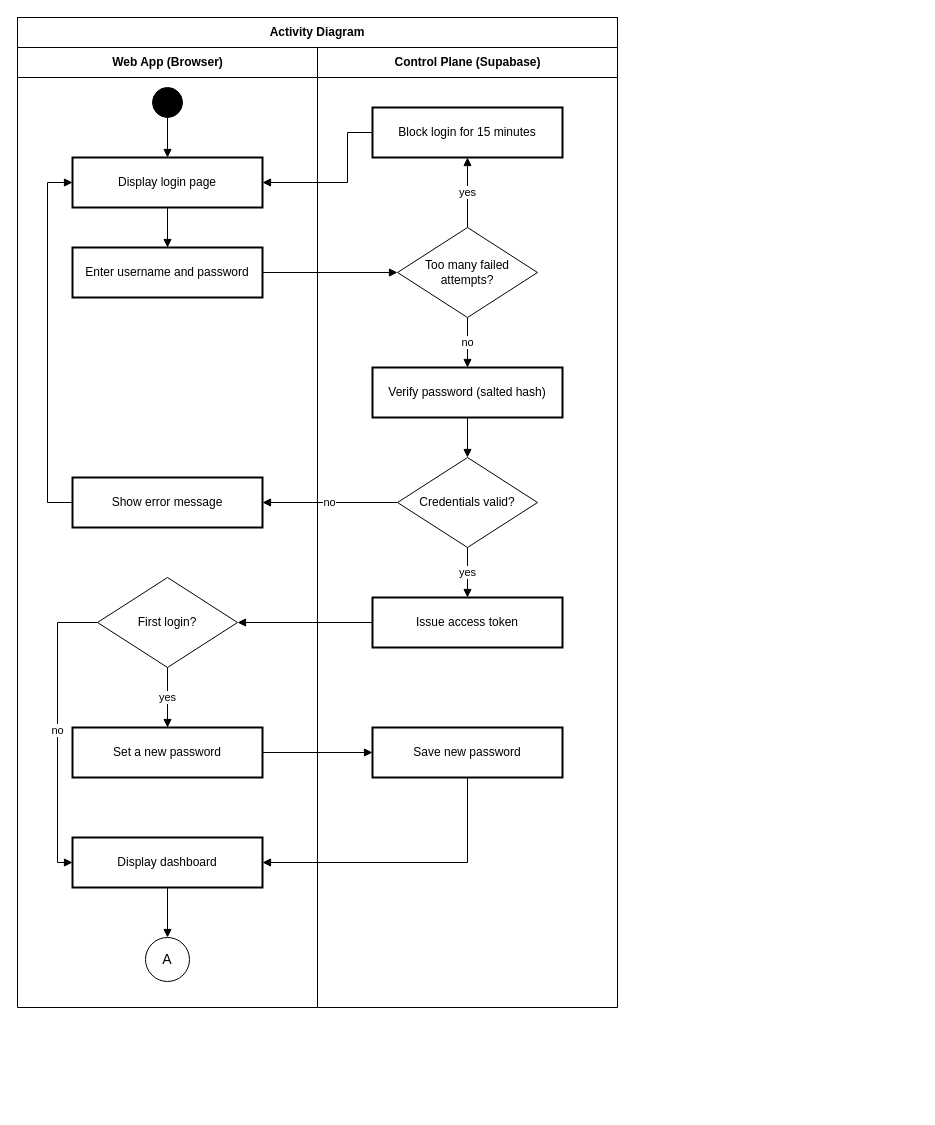
This is page "3.5 User Authentication" (1 of 6) of docs/thesis/agentmeter-activity-diagrams.drawio from ismazahin/AgentMeter, a draw.io file, before an edit. Source tidied: cells renumbered, new cells numbered last; positions are measured from the earlier drawing's top-left corner, leaving out a move shared by most shapes. Both pictures are drawn from the tidied source at 100%, with x=0, y=0 at pixel (17, 17).
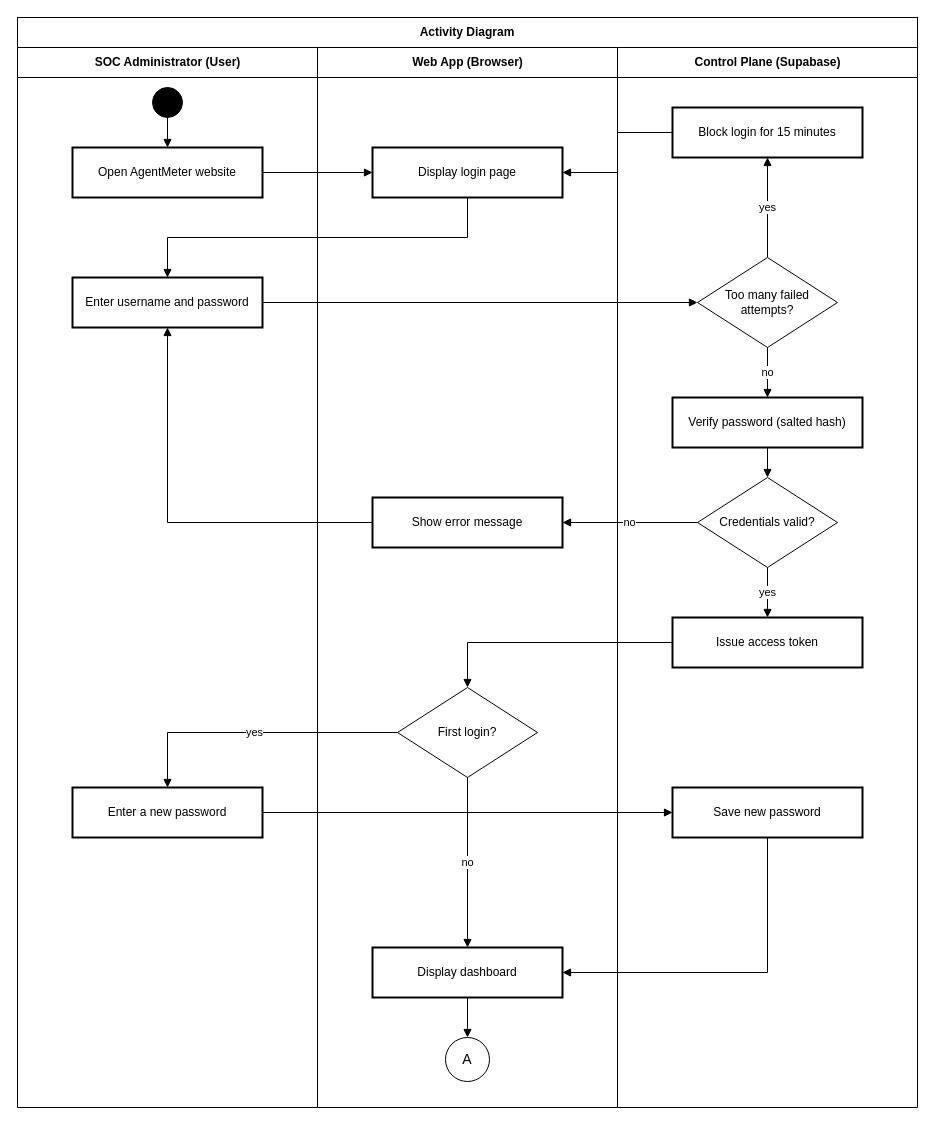
Above is the later version.

Commit message (it also covers changes not shown here):
Thesis: Figure 3.5 with a user swimlane

Claude-Session: https://claude.ai/code/session_01THqB2neCikVAawL45RNVrt

The change refers to these unchanged cells:
```xml
<mxCell id="5" style="ellipse;shape=ellipse;html=1;fillColor=#000000;strokeColor=#000000;" parent="1" vertex="1">
  <mxGeometry x="135" y="70" width="30" height="30" as="geometry" />
</mxCell>
```

Change to the diagram source:
```diff
@@
     <mxCell id="2" value="Activity Diagram" style="rounded=0;whiteSpace=wrap;html=1;fontStyle=1;fillColor=#ffffff;strokeColor=#000000;fontColor=#000000;" parent="1" vertex="1">
-      <mxGeometry width="600" height="30" as="geometry" />
+      <mxGeometry width="900" height="30" as="geometry" />
     </mxCell>
-    <mxCell id="3" value="Web App (Browser)" style="swimlane;shape=swimlane;html=1;startSize=30;fontStyle=1;fillColor=#ffffff;swimlaneFillColor=#ffffff;strokeColor=#000000;fontColor=#000000;" parent="1" vertex="1">
-      <mxGeometry y="30" width="300" height="960" as="geometry" />
+    <mxCell id="3" value="SOC Administrator (User)" style="swimlane;shape=swimlane;html=1;startSize=30;fontStyle=1;fillColor=#ffffff;swimlaneFillColor=#ffffff;strokeColor=#000000;fontColor=#000000;" parent="1" vertex="1">
+      <mxGeometry y="30" width="300" height="1060" as="geometry" />
     </mxCell>
-    <mxCell id="4" value="Control Plane (Supabase)" style="swimlane;shape=swimlane;html=1;startSize=30;fontStyle=1;fillColor=#ffffff;swimlaneFillColor=#ffffff;strokeColor=#000000;fontColor=#000000;" parent="1" vertex="1">
-      <mxGeometry x="300" y="30" width="300" height="960" as="geometry" />
+    <mxCell id="4" value="Web App (Browser)" style="swimlane;shape=swimlane;html=1;startSize=30;fontStyle=1;fillColor=#ffffff;swimlaneFillColor=#ffffff;strokeColor=#000000;fontColor=#000000;" parent="1" vertex="1">
+      <mxGeometry x="300" y="30" width="300" height="1060" as="geometry" />
     </mxCell>
+    <mxCell id="35" value="Control Plane (Supabase)" style="swimlane;shape=swimlane;html=1;startSize=30;fontStyle=1;fillColor=#ffffff;swimlaneFillColor=#ffffff;strokeColor=#000000;fontColor=#000000;" parent="1" vertex="1">
+      <mxGeometry x="600" y="30" width="300" height="1060" as="geometry" />
+    </mxCell>
@@
-    <mxCell id="6" value="Display login page" style="rounded=0;whiteSpace=wrap;html=1;strokeWidth=2;fillColor=#ffffff;strokeColor=#000000;fontColor=#000000;" parent="1" vertex="1">
-      <mxGeometry x="55" y="140" width="190" height="50" as="geometry" />
+    <mxCell id="6" value="Open AgentMeter website" style="rounded=0;whiteSpace=wrap;html=1;strokeWidth=2;fillColor=#ffffff;strokeColor=#000000;fontColor=#000000;" parent="1" vertex="1">
+      <mxGeometry x="55" y="130" width="190" height="50" as="geometry" />
     </mxCell>
-    <mxCell id="7" value="Enter username and password" style="rounded=0;whiteSpace=wrap;html=1;strokeWidth=2;fillColor=#ffffff;strokeColor=#000000;fontColor=#000000;" parent="1" vertex="1">
-      <mxGeometry x="55" y="230" width="190" height="50" as="geometry" />
+    <mxCell id="7" value="Display login page" style="rounded=0;whiteSpace=wrap;html=1;strokeWidth=2;fillColor=#ffffff;strokeColor=#000000;fontColor=#000000;" parent="1" vertex="1">
+      <mxGeometry x="355" y="130" width="190" height="50" as="geometry" />
     </mxCell>
-    <mxCell id="8" value="Too many failed attempts?" style="rhombus;shape=rhombus;whiteSpace=wrap;html=1;fillColor=#ffffff;strokeColor=#000000;fontColor=#000000;" parent="1" vertex="1">
-      <mxGeometry x="380" y="210" width="140" height="90" as="geometry" />
+    <mxCell id="8" value="Enter username and password" style="rounded=0;whiteSpace=wrap;html=1;strokeWidth=2;fillColor=#ffffff;strokeColor=#000000;fontColor=#000000;" parent="1" vertex="1">
+      <mxGeometry x="55" y="260" width="190" height="50" as="geometry" />
     </mxCell>
-    <mxCell id="9" value="Block login for 15 minutes" style="rounded=0;whiteSpace=wrap;html=1;strokeWidth=2;fillColor=#ffffff;strokeColor=#000000;fontColor=#000000;" parent="1" vertex="1">
-      <mxGeometry x="355" y="90" width="190" height="50" as="geometry" />
+    <mxCell id="9" value="Too many failed attempts?" style="rhombus;shape=rhombus;whiteSpace=wrap;html=1;fillColor=#ffffff;strokeColor=#000000;fontColor=#000000;" parent="1" vertex="1">
+      <mxGeometry x="680" y="240" width="140" height="90" as="geometry" />
     </mxCell>
-    <mxCell id="10" value="Verify password (salted hash)" style="rounded=0;whiteSpace=wrap;html=1;strokeWidth=2;fillColor=#ffffff;strokeColor=#000000;fontColor=#000000;" parent="1" vertex="1">
-      <mxGeometry x="355" y="350" width="190" height="50" as="geometry" />
+    <mxCell id="10" value="Block login for 15 minutes" style="rounded=0;whiteSpace=wrap;html=1;strokeWidth=2;fillColor=#ffffff;strokeColor=#000000;fontColor=#000000;" parent="1" vertex="1">
+      <mxGeometry x="655" y="90" width="190" height="50" as="geometry" />
     </mxCell>
-    <mxCell id="11" value="Credentials valid?" style="rhombus;shape=rhombus;whiteSpace=wrap;html=1;fillColor=#ffffff;strokeColor=#000000;fontColor=#000000;" parent="1" vertex="1">
-      <mxGeometry x="380" y="440" width="140" height="90" as="geometry" />
+    <mxCell id="11" value="Verify password (salted hash)" style="rounded=0;whiteSpace=wrap;html=1;strokeWidth=2;fillColor=#ffffff;strokeColor=#000000;fontColor=#000000;" parent="1" vertex="1">
+      <mxGeometry x="655" y="380" width="190" height="50" as="geometry" />
     </mxCell>
-    <mxCell id="12" value="Show error message" style="rounded=0;whiteSpace=wrap;html=1;strokeWidth=2;fillColor=#ffffff;strokeColor=#000000;fontColor=#000000;" parent="1" vertex="1">
-      <mxGeometry x="55" y="460" width="190" height="50" as="geometry" />
+    <mxCell id="12" value="Credentials valid?" style="rhombus;shape=rhombus;whiteSpace=wrap;html=1;fillColor=#ffffff;strokeColor=#000000;fontColor=#000000;" parent="1" vertex="1">
+      <mxGeometry x="680" y="460" width="140" height="90" as="geometry" />
     </mxCell>
-    <mxCell id="13" value="Issue access token" style="rounded=0;whiteSpace=wrap;html=1;strokeWidth=2;fillColor=#ffffff;strokeColor=#000000;fontColor=#000000;" parent="1" vertex="1">
-      <mxGeometry x="355" y="580" width="190" height="50" as="geometry" />
+    <mxCell id="13" value="Show error message" style="rounded=0;whiteSpace=wrap;html=1;strokeWidth=2;fillColor=#ffffff;strokeColor=#000000;fontColor=#000000;" parent="1" vertex="1">
+      <mxGeometry x="355" y="480" width="190" height="50" as="geometry" />
     </mxCell>
-    <mxCell id="14" value="First login?" style="rhombus;shape=rhombus;whiteSpace=wrap;html=1;fillColor=#ffffff;strokeColor=#000000;fontColor=#000000;" parent="1" vertex="1">
-      <mxGeometry x="80" y="560" width="140" height="90" as="geometry" />
+    <mxCell id="14" value="Issue access token" style="rounded=0;whiteSpace=wrap;html=1;strokeWidth=2;fillColor=#ffffff;strokeColor=#000000;fontColor=#000000;" parent="1" vertex="1">
+      <mxGeometry x="655" y="600" width="190" height="50" as="geometry" />
     </mxCell>
-    <mxCell id="15" value="Set a new password" style="rounded=0;whiteSpace=wrap;html=1;strokeWidth=2;fillColor=#ffffff;strokeColor=#000000;fontColor=#000000;" parent="1" vertex="1">
-      <mxGeometry x="55" y="710" width="190" height="50" as="geometry" />
+    <mxCell id="15" value="First login?" style="rhombus;shape=rhombus;whiteSpace=wrap;html=1;fillColor=#ffffff;strokeColor=#000000;fontColor=#000000;" parent="1" vertex="1">
+      <mxGeometry x="380" y="670" width="140" height="90" as="geometry" />
     </mxCell>
-    <mxCell id="16" value="Save new password" style="rounded=0;whiteSpace=wrap;html=1;strokeWidth=2;fillColor=#ffffff;strokeColor=#000000;fontColor=#000000;" parent="1" vertex="1">
-      <mxGeometry x="355" y="710" width="190" height="50" as="geometry" />
+    <mxCell id="16" value="Enter a new password" style="rounded=0;whiteSpace=wrap;html=1;strokeWidth=2;fillColor=#ffffff;strokeColor=#000000;fontColor=#000000;" parent="1" vertex="1">
+      <mxGeometry x="55" y="770" width="190" height="50" as="geometry" />
     </mxCell>
-    <mxCell id="17" value="Display dashboard" style="rounded=0;whiteSpace=wrap;html=1;strokeWidth=2;fillColor=#ffffff;strokeColor=#000000;fontColor=#000000;" parent="1" vertex="1">
-      <mxGeometry x="55" y="820" width="190" height="50" as="geometry" />
+    <mxCell id="17" value="Save new password" style="rounded=0;whiteSpace=wrap;html=1;strokeWidth=2;fillColor=#ffffff;strokeColor=#000000;fontColor=#000000;" parent="1" vertex="1">
+      <mxGeometry x="655" y="770" width="190" height="50" as="geometry" />
     </mxCell>
-    <mxCell id="18" value="A" style="ellipse;shape=ellipse;whiteSpace=wrap;html=1;fontSize=14;fillColor=#ffffff;strokeColor=#000000;fontColor=#000000;" parent="1" vertex="1">
-      <mxGeometry x="128" y="920" width="44" height="44" as="geometry" />
+    <mxCell id="18" value="Display dashboard" style="rounded=0;whiteSpace=wrap;html=1;strokeWidth=2;fillColor=#ffffff;strokeColor=#000000;fontColor=#000000;" parent="1" vertex="1">
+      <mxGeometry x="355" y="930" width="190" height="50" as="geometry" />
     </mxCell>
-    <mxCell id="19" style="edgeStyle=orthogonalEdgeStyle;rounded=0;html=1;endArrow=block;endFill=1;strokeColor=#000000;fontColor=#000000;labelBackgroundColor=#ffffff;" parent="1" edge="1" source="5" target="6">
-      <mxGeometry relative="1" as="geometry" />
-    </mxCell>
+    <mxCell id="36" value="A" style="ellipse;shape=ellipse;whiteSpace=wrap;html=1;fontSize=14;fillColor=#ffffff;strokeColor=#000000;fontColor=#000000;" parent="1" vertex="1">
+      <mxGeometry x="428" y="1020" width="44" height="44" as="geometry" />
+    </mxCell>
-    <mxCell id="20" style="edgeStyle=orthogonalEdgeStyle;rounded=0;html=1;endArrow=block;endFill=1;strokeColor=#000000;fontColor=#000000;labelBackgroundColor=#ffffff;" parent="1" edge="1" source="6" target="7">
+    <mxCell id="20" style="edgeStyle=orthogonalEdgeStyle;rounded=0;html=1;endArrow=block;endFill=1;strokeColor=#000000;fontColor=#000000;labelBackgroundColor=#ffffff;" parent="1" edge="1" source="5" target="6">
       <mxGeometry relative="1" as="geometry" />
     </mxCell>
-    <mxCell id="21" style="edgeStyle=orthogonalEdgeStyle;rounded=0;html=1;endArrow=block;endFill=1;strokeColor=#000000;fontColor=#000000;labelBackgroundColor=#ffffff;entryX=0;entryY=0.5;entryDx=0;entryDy=0;" parent="1" edge="1" source="7" target="8">
+    <mxCell id="21" style="edgeStyle=orthogonalEdgeStyle;rounded=0;html=1;endArrow=block;endFill=1;strokeColor=#000000;fontColor=#000000;labelBackgroundColor=#ffffff;exitX=1;exitY=0.5;exitDx=0;exitDy=0;entryX=0;entryY=0.5;entryDx=0;entryDy=0;" parent="1" edge="1" source="6" target="7">
       <mxGeometry relative="1" as="geometry" />
     </mxCell>
-    <mxCell id="22" value="yes" style="edgeStyle=orthogonalEdgeStyle;rounded=0;html=1;endArrow=block;endFill=1;strokeColor=#000000;fontColor=#000000;labelBackgroundColor=#ffffff;exitX=0.5;exitY=0;exitDx=0;exitDy=0;" parent="1" edge="1" source="8" target="9">
-      <mxGeometry relative="1" as="geometry" />
+    <mxCell id="22" style="edgeStyle=orthogonalEdgeStyle;rounded=0;html=1;endArrow=block;endFill=1;strokeColor=#000000;fontColor=#000000;labelBackgroundColor=#ffffff;exitX=0.5;exitY=1;exitDx=0;exitDy=0;entryX=0.5;entryY=0;entryDx=0;entryDy=0;" parent="1" edge="1" source="7" target="8">
+      <mxGeometry relative="1" as="geometry">
+        <Array as="points">
+          <mxPoint x="450" y="220" />
+          <mxPoint x="150" y="220" />
+        </Array>
+      </mxGeometry>
     </mxCell>
-    <mxCell id="23" style="edgeStyle=orthogonalEdgeStyle;rounded=0;html=1;endArrow=block;endFill=1;strokeColor=#000000;fontColor=#000000;labelBackgroundColor=#ffffff;exitX=0;exitY=0.5;exitDx=0;exitDy=0;entryX=1;entryY=0.5;entryDx=0;entryDy=0;" parent="1" edge="1" source="9" target="6">
-      <mxGeometry relative="1" as="geometry">
-        <Array as="points">
-          <mxPoint x="330" y="115" />
-          <mxPoint x="330" y="165" />
-        </Array>
-      </mxGeometry>
+    <mxCell id="23" style="edgeStyle=orthogonalEdgeStyle;rounded=0;html=1;endArrow=block;endFill=1;strokeColor=#000000;fontColor=#000000;labelBackgroundColor=#ffffff;exitX=1;exitY=0.5;exitDx=0;exitDy=0;entryX=0;entryY=0.5;entryDx=0;entryDy=0;" parent="1" edge="1" source="8" target="9">
+      <mxGeometry relative="1" as="geometry" />
     </mxCell>
-    <mxCell id="24" value="no" style="edgeStyle=orthogonalEdgeStyle;rounded=0;html=1;endArrow=block;endFill=1;strokeColor=#000000;fontColor=#000000;labelBackgroundColor=#ffffff;exitX=0.5;exitY=1;exitDx=0;exitDy=0;" parent="1" edge="1" source="8" target="10">
+    <mxCell id="24" value="yes" style="edgeStyle=orthogonalEdgeStyle;rounded=0;html=1;endArrow=block;endFill=1;strokeColor=#000000;fontColor=#000000;labelBackgroundColor=#ffffff;exitX=0.5;exitY=0;exitDx=0;exitDy=0;entryX=0.5;entryY=1;entryDx=0;entryDy=0;" parent="1" edge="1" source="9" target="10">
       <mxGeometry relative="1" as="geometry" />
     </mxCell>
-    <mxCell id="25" style="edgeStyle=orthogonalEdgeStyle;rounded=0;html=1;endArrow=block;endFill=1;strokeColor=#000000;fontColor=#000000;labelBackgroundColor=#ffffff;" parent="1" edge="1" source="10" target="11">
-      <mxGeometry relative="1" as="geometry" />
+    <mxCell id="25" style="edgeStyle=orthogonalEdgeStyle;rounded=0;html=1;endArrow=block;endFill=1;strokeColor=#000000;fontColor=#000000;labelBackgroundColor=#ffffff;exitX=0;exitY=0.5;exitDx=0;exitDy=0;entryX=1;entryY=0.5;entryDx=0;entryDy=0;" parent="1" edge="1" source="10" target="7">
+      <mxGeometry relative="1" as="geometry">
+        <Array as="points">
+          <mxPoint x="600" y="115" />
+          <mxPoint x="600" y="155" />
+        </Array>
+      </mxGeometry>
     </mxCell>
-    <mxCell id="26" value="no" style="edgeStyle=orthogonalEdgeStyle;rounded=0;html=1;endArrow=block;endFill=1;strokeColor=#000000;fontColor=#000000;labelBackgroundColor=#ffffff;exitX=0;exitY=0.5;exitDx=0;exitDy=0;entryX=1;entryY=0.5;entryDx=0;entryDy=0;" parent="1" edge="1" source="11" target="12">
+    <mxCell id="26" value="no" style="edgeStyle=orthogonalEdgeStyle;rounded=0;html=1;endArrow=block;endFill=1;strokeColor=#000000;fontColor=#000000;labelBackgroundColor=#ffffff;" parent="1" edge="1" source="9" target="11">
       <mxGeometry relative="1" as="geometry" />
     </mxCell>
-    <mxCell id="27" style="edgeStyle=orthogonalEdgeStyle;rounded=0;html=1;endArrow=block;endFill=1;strokeColor=#000000;fontColor=#000000;labelBackgroundColor=#ffffff;exitX=0;exitY=0.5;exitDx=0;exitDy=0;entryX=0;entryY=0.5;entryDx=0;entryDy=0;" parent="1" edge="1" source="12" target="6">
-      <mxGeometry relative="1" as="geometry">
-        <Array as="points">
-          <mxPoint x="30" y="485" />
-          <mxPoint x="30" y="165" />
-        </Array>
-      </mxGeometry>
+    <mxCell id="27" style="edgeStyle=orthogonalEdgeStyle;rounded=0;html=1;endArrow=block;endFill=1;strokeColor=#000000;fontColor=#000000;labelBackgroundColor=#ffffff;" parent="1" edge="1" source="11" target="12">
+      <mxGeometry relative="1" as="geometry" />
     </mxCell>
-    <mxCell id="28" value="yes" style="edgeStyle=orthogonalEdgeStyle;rounded=0;html=1;endArrow=block;endFill=1;strokeColor=#000000;fontColor=#000000;labelBackgroundColor=#ffffff;exitX=0.5;exitY=1;exitDx=0;exitDy=0;" parent="1" edge="1" source="11" target="13">
+    <mxCell id="28" value="no" style="edgeStyle=orthogonalEdgeStyle;rounded=0;html=1;endArrow=block;endFill=1;strokeColor=#000000;fontColor=#000000;labelBackgroundColor=#ffffff;exitX=0;exitY=0.5;exitDx=0;exitDy=0;entryX=1;entryY=0.5;entryDx=0;entryDy=0;" parent="1" edge="1" source="12" target="13">
       <mxGeometry relative="1" as="geometry" />
     </mxCell>
-    <mxCell id="29" style="edgeStyle=orthogonalEdgeStyle;rounded=0;html=1;endArrow=block;endFill=1;strokeColor=#000000;fontColor=#000000;labelBackgroundColor=#ffffff;exitX=0;exitY=0.5;exitDx=0;exitDy=0;entryX=1;entryY=0.5;entryDx=0;entryDy=0;" parent="1" edge="1" source="13" target="14">
-      <mxGeometry relative="1" as="geometry" />
+    <mxCell id="29" style="edgeStyle=orthogonalEdgeStyle;rounded=0;html=1;endArrow=block;endFill=1;strokeColor=#000000;fontColor=#000000;labelBackgroundColor=#ffffff;exitX=0;exitY=0.5;exitDx=0;exitDy=0;entryX=0.5;entryY=1;entryDx=0;entryDy=0;" parent="1" edge="1" source="13" target="8">
+      <mxGeometry relative="1" as="geometry">
+        <Array as="points">
+          <mxPoint x="150" y="505" />
+        </Array>
+      </mxGeometry>
     </mxCell>
-    <mxCell id="30" value="yes" style="edgeStyle=orthogonalEdgeStyle;rounded=0;html=1;endArrow=block;endFill=1;strokeColor=#000000;fontColor=#000000;labelBackgroundColor=#ffffff;exitX=0.5;exitY=1;exitDx=0;exitDy=0;" parent="1" edge="1" source="14" target="15">
+    <mxCell id="30" value="yes" style="edgeStyle=orthogonalEdgeStyle;rounded=0;html=1;endArrow=block;endFill=1;strokeColor=#000000;fontColor=#000000;labelBackgroundColor=#ffffff;" parent="1" edge="1" source="12" target="14">
       <mxGeometry relative="1" as="geometry" />
     </mxCell>
-    <mxCell id="31" style="edgeStyle=orthogonalEdgeStyle;rounded=0;html=1;endArrow=block;endFill=1;strokeColor=#000000;fontColor=#000000;labelBackgroundColor=#ffffff;" parent="1" edge="1" source="15" target="16">
-      <mxGeometry relative="1" as="geometry" />
+    <mxCell id="31" style="edgeStyle=orthogonalEdgeStyle;rounded=0;html=1;endArrow=block;endFill=1;strokeColor=#000000;fontColor=#000000;labelBackgroundColor=#ffffff;exitX=0;exitY=0.5;exitDx=0;exitDy=0;entryX=0.5;entryY=0;entryDx=0;entryDy=0;" parent="1" edge="1" source="14" target="15">
+      <mxGeometry relative="1" as="geometry">
+        <Array as="points">
+          <mxPoint x="450" y="625" />
+        </Array>
+      </mxGeometry>
     </mxCell>
-    <mxCell id="32" style="edgeStyle=orthogonalEdgeStyle;rounded=0;html=1;endArrow=block;endFill=1;strokeColor=#000000;fontColor=#000000;labelBackgroundColor=#ffffff;exitX=0.5;exitY=1;exitDx=0;exitDy=0;entryX=1;entryY=0.5;entryDx=0;entryDy=0;" parent="1" edge="1" source="16" target="17">
+    <mxCell id="32" value="yes" style="edgeStyle=orthogonalEdgeStyle;rounded=0;html=1;endArrow=block;endFill=1;strokeColor=#000000;fontColor=#000000;labelBackgroundColor=#ffffff;exitX=0;exitY=0.5;exitDx=0;exitDy=0;entryX=0.5;entryY=0;entryDx=0;entryDy=0;" parent="1" edge="1" source="15" target="16">
       <mxGeometry relative="1" as="geometry">
         <Array as="points">
-          <mxPoint x="450" y="845" />
+          <mxPoint x="150" y="715" />
         </Array>
       </mxGeometry>
     </mxCell>
-    <mxCell id="33" value="no" style="edgeStyle=orthogonalEdgeStyle;rounded=0;html=1;endArrow=block;endFill=1;strokeColor=#000000;fontColor=#000000;labelBackgroundColor=#ffffff;exitX=0;exitY=0.5;exitDx=0;exitDy=0;entryX=0;entryY=0.5;entryDx=0;entryDy=0;" parent="1" edge="1" source="14" target="17">
-      <mxGeometry relative="1" as="geometry">
-        <Array as="points">
-          <mxPoint x="40" y="605" />
-          <mxPoint x="40" y="845" />
-        </Array>
-      </mxGeometry>
+    <mxCell id="33" style="edgeStyle=orthogonalEdgeStyle;rounded=0;html=1;endArrow=block;endFill=1;strokeColor=#000000;fontColor=#000000;labelBackgroundColor=#ffffff;exitX=1;exitY=0.5;exitDx=0;exitDy=0;entryX=0;entryY=0.5;entryDx=0;entryDy=0;" parent="1" edge="1" source="16" target="17">
+      <mxGeometry relative="1" as="geometry" />
     </mxCell>
-    <mxCell id="34" style="edgeStyle=orthogonalEdgeStyle;rounded=0;html=1;endArrow=block;endFill=1;strokeColor=#000000;fontColor=#000000;labelBackgroundColor=#ffffff;" parent="1" edge="1" source="17" target="18">
-      <mxGeometry relative="1" as="geometry" />
+    <mxCell id="34" style="edgeStyle=orthogonalEdgeStyle;rounded=0;html=1;endArrow=block;endFill=1;strokeColor=#000000;fontColor=#000000;labelBackgroundColor=#ffffff;exitX=0.5;exitY=1;exitDx=0;exitDy=0;entryX=1;entryY=0.5;entryDx=0;entryDy=0;" parent="1" edge="1" source="17" target="18">
+      <mxGeometry relative="1" as="geometry">
+        <Array as="points">
+          <mxPoint x="750" y="955" />
+        </Array>
+      </mxGeometry>
     </mxCell>
+    <mxCell id="37" value="no" style="edgeStyle=orthogonalEdgeStyle;rounded=0;html=1;endArrow=block;endFill=1;strokeColor=#000000;fontColor=#000000;labelBackgroundColor=#ffffff;exitX=0.5;exitY=1;exitDx=0;exitDy=0;entryX=0.5;entryY=0;entryDx=0;entryDy=0;" parent="1" edge="1" source="15" target="18">
+      <mxGeometry relative="1" as="geometry" />
+    </mxCell>
+    <mxCell id="38" style="edgeStyle=orthogonalEdgeStyle;rounded=0;html=1;endArrow=block;endFill=1;strokeColor=#000000;fontColor=#000000;labelBackgroundColor=#ffffff;" parent="1" edge="1" source="18" target="36">
+      <mxGeometry relative="1" as="geometry" />
+    </mxCell>
```
